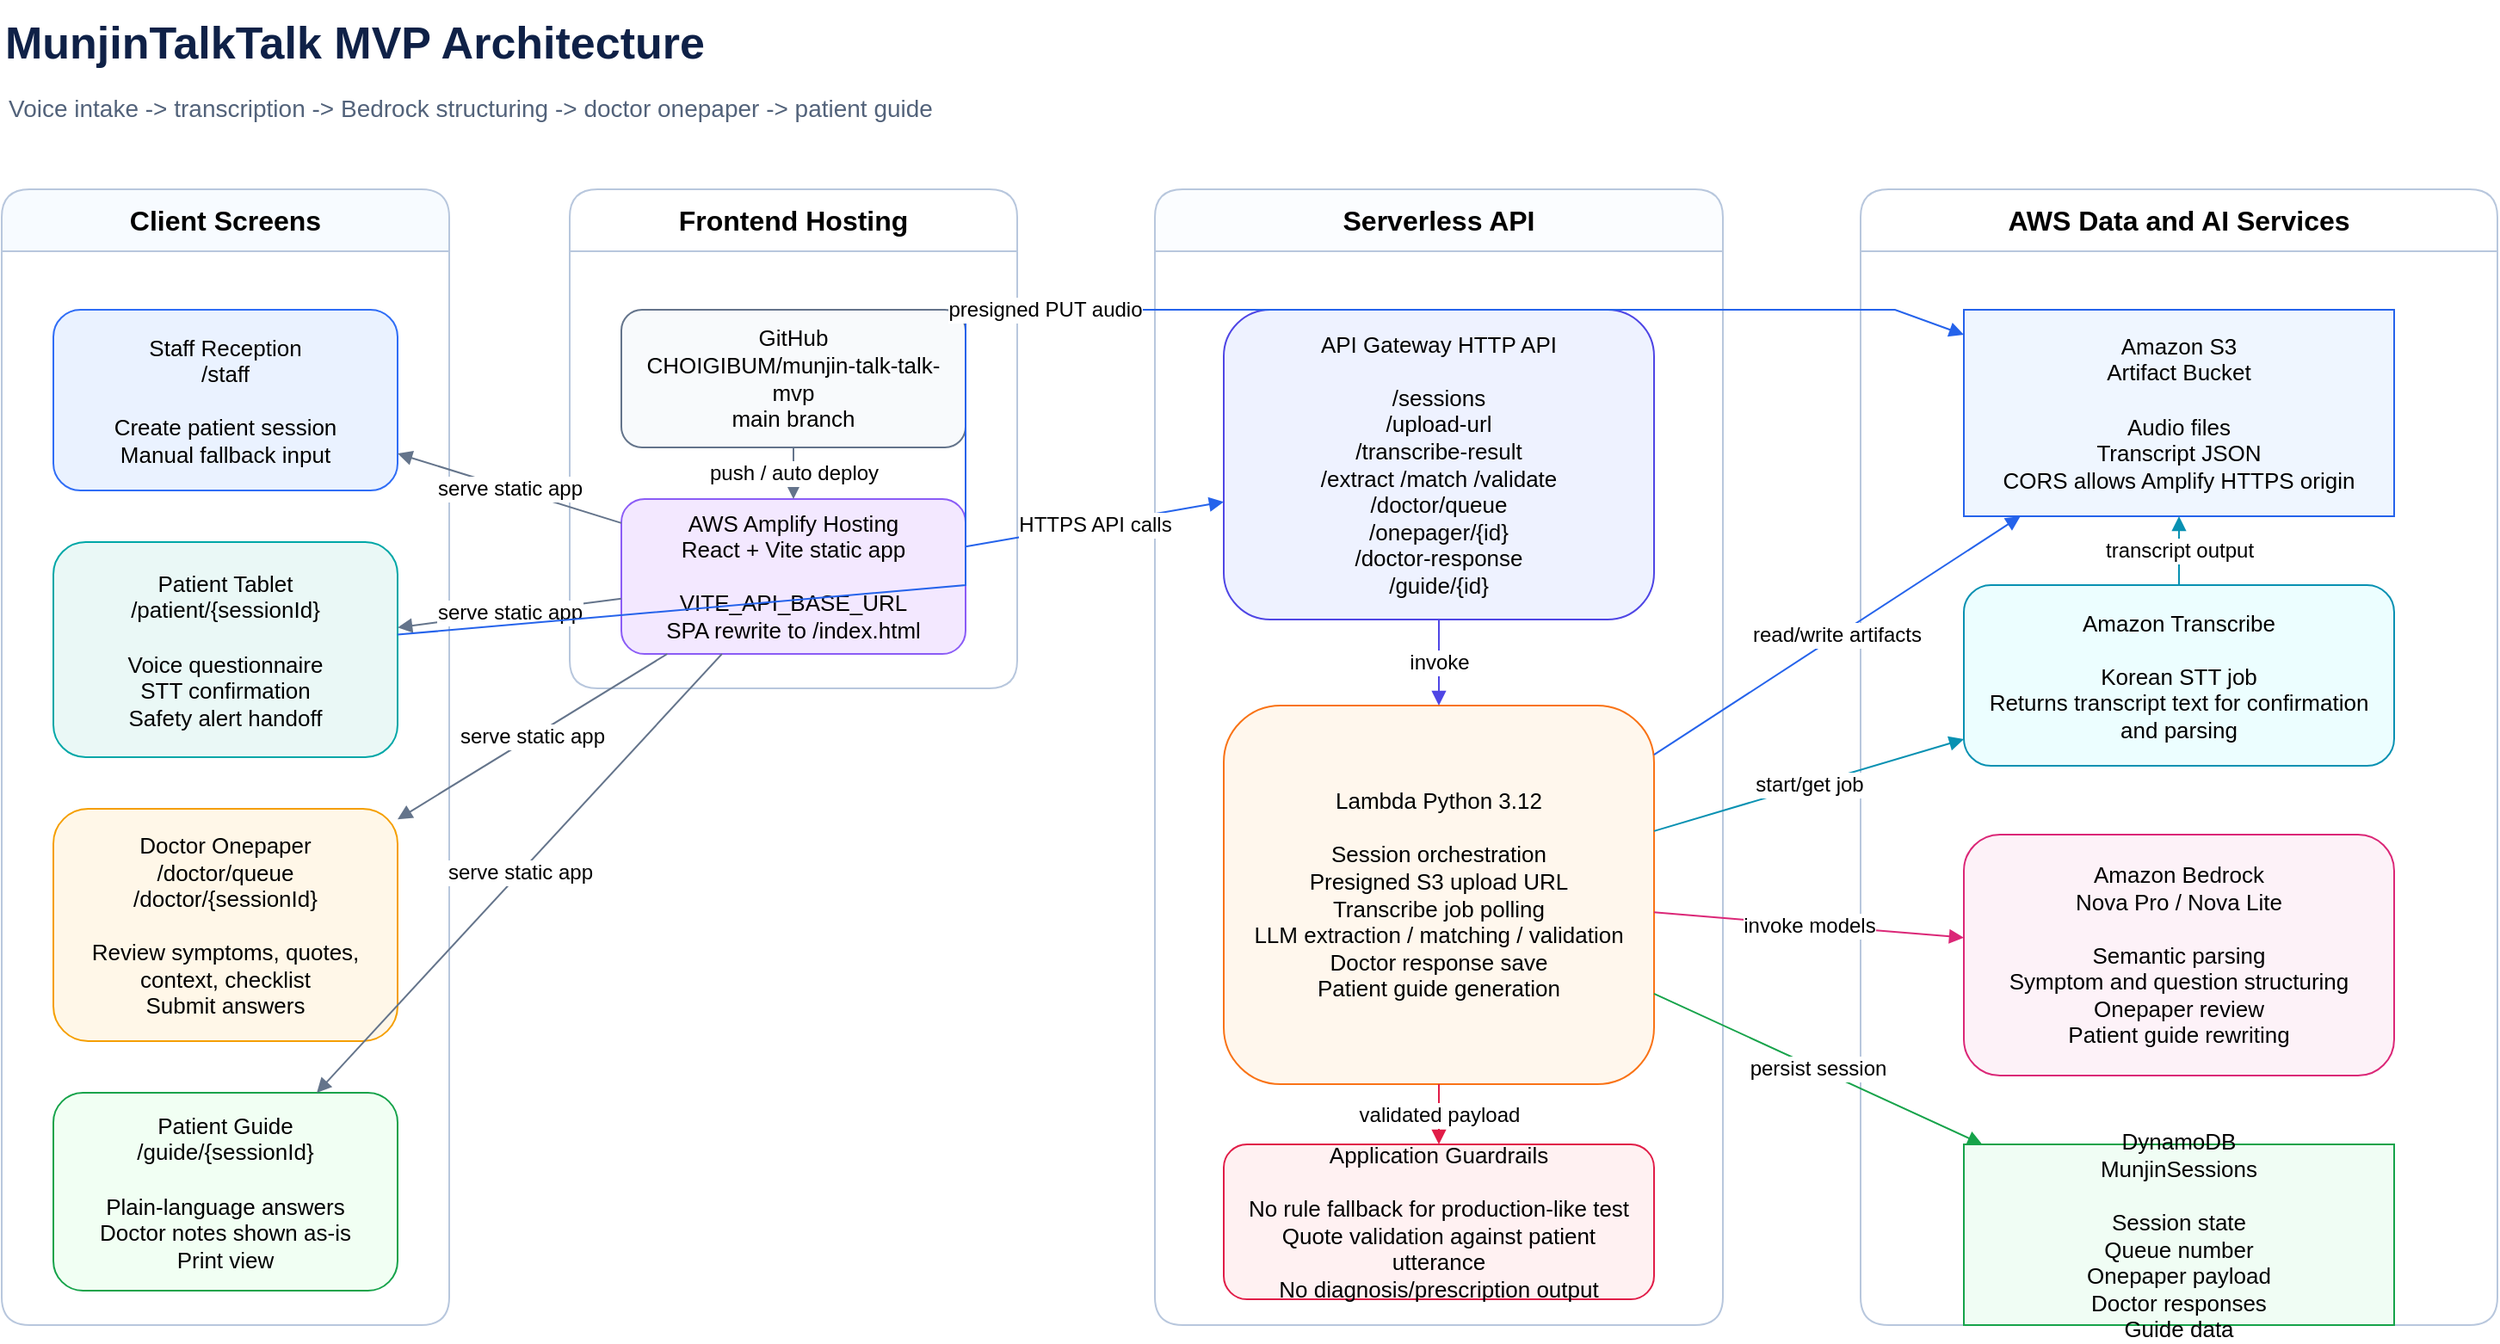
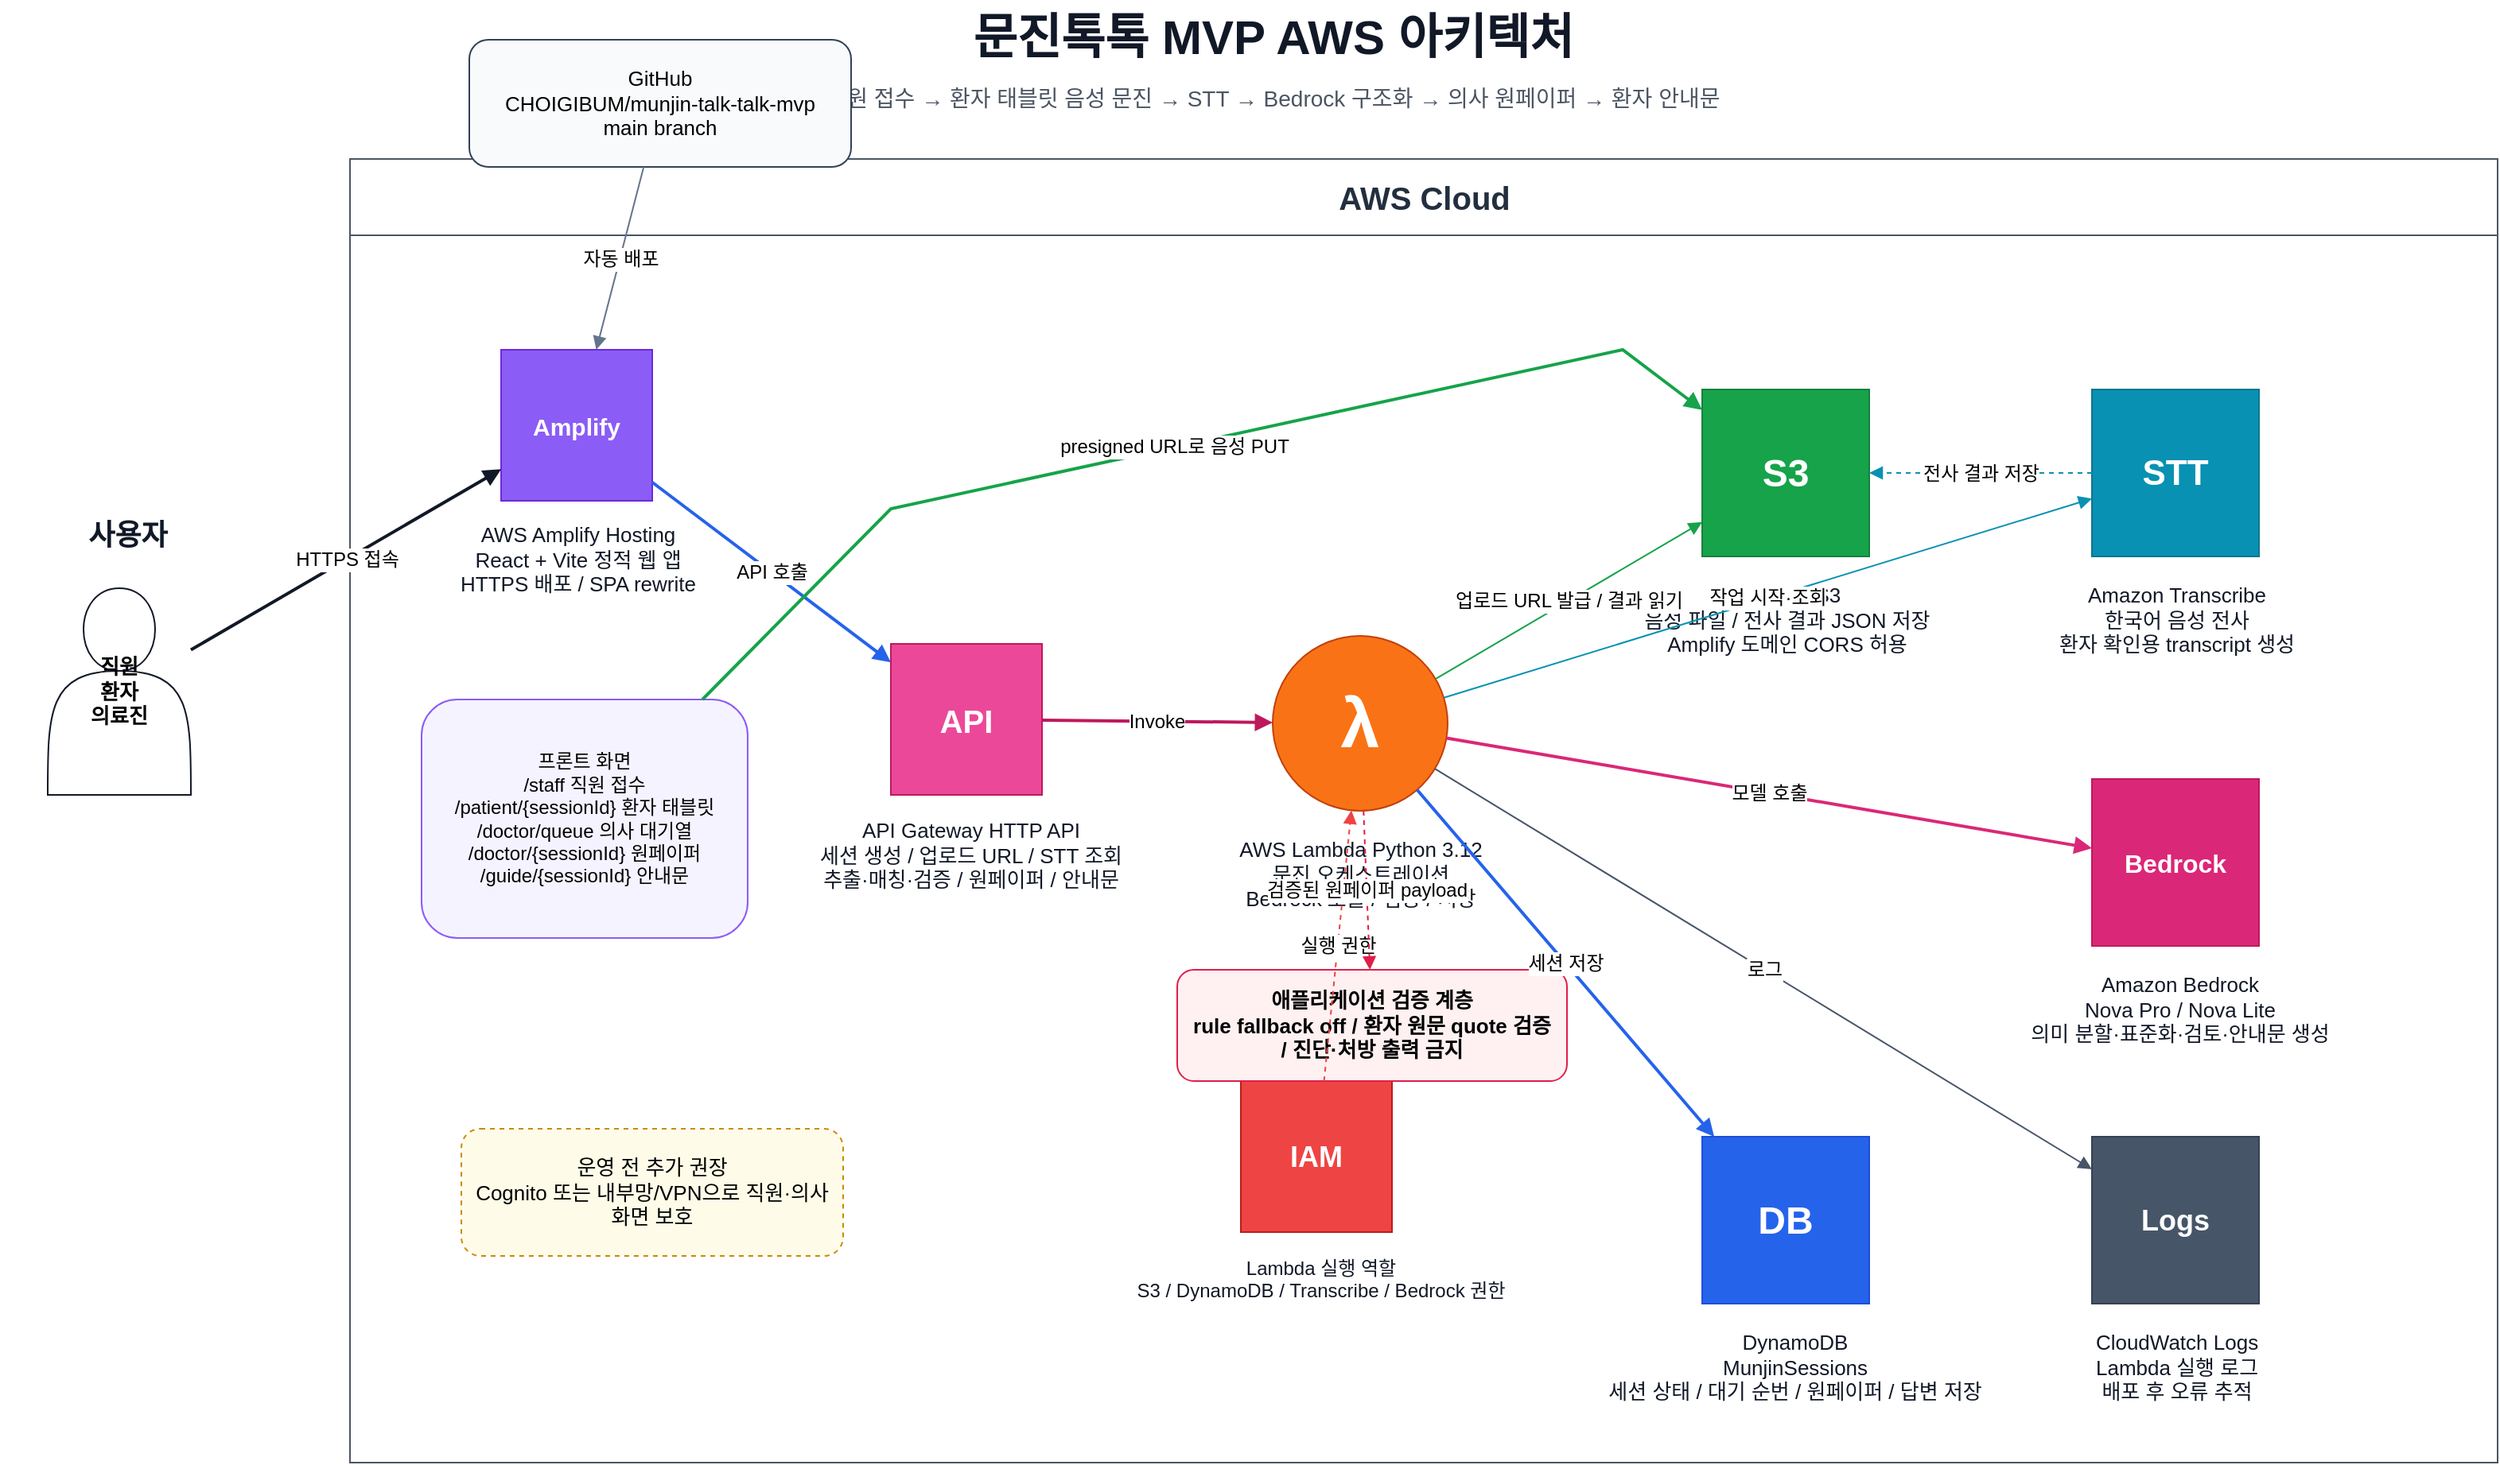
- <mxfile host="app.diagrams.net" modified="2026-05-31T03:45:00.000Z" agent="Codex" version="24.7.17" type="device">
-   <diagram id="munjin-architecture" name="MunjinTalkTalk MVP Architecture">
-     <mxGraphModel dx="1600" dy="1000" grid="1" gridSize="10" guides="1" tooltips="1" connect="1" arrows="1" fold="1" page="1" pageScale="1" pageWidth="1600" pageHeight="1000" math="0" shadow="0">
+ <mxfile host="app.diagrams.net" modified="2026-05-31T04:10:00.000Z" agent="Codex" version="24.7.17" type="device">
+   <diagram id="munjin-architecture-ko" name="문진톡톡 MVP 아키텍처">
+     <mxGraphModel dx="1700" dy="1050" grid="1" gridSize="10" guides="1" tooltips="1" connect="1" arrows="1" fold="1" page="1" pageScale="1" pageWidth="1700" pageHeight="1050" math="0" shadow="0">
      <root>
        <mxCell id="0" />
        <mxCell id="1" parent="0" />

-         <mxCell id="title" value="MunjinTalkTalk MVP Architecture" style="text;html=1;strokeColor=none;fillColor=none;fontSize=26;fontStyle=1;fontColor=#0f2147;align=left;verticalAlign=middle;" vertex="1" parent="1">
-           <mxGeometry x="60" y="30" width="720" height="50" as="geometry" />
+         <mxCell id="title" value="문진톡톡 MVP AWS 아키텍처" style="text;html=1;strokeColor=none;fillColor=none;fontSize=30;fontStyle=1;fontColor=#111827;align=center;verticalAlign=middle;" vertex="1" parent="1">
+           <mxGeometry x="470" y="30" width="760" height="45" as="geometry" />
+         </mxCell>
+         <mxCell id="subtitle" value="직원 접수 → 환자 태블릿 음성 문진 → STT → Bedrock 구조화 → 의사 원페이퍼 → 환자 안내문" style="text;html=1;strokeColor=none;fillColor=none;fontSize=14;fontColor=#4b5563;align=center;verticalAlign=middle;" vertex="1" parent="1">
+           <mxGeometry x="360" y="78" width="980" height="28" as="geometry" />
        </mxCell>

-         <mxCell id="note" value="Voice intake -> transcription -> Bedrock structuring -> doctor onepaper -> patient guide" style="text;html=1;strokeColor=none;fillColor=none;fontSize=14;fontColor=#52627a;align=left;verticalAlign=middle;" vertex="1" parent="1">
-           <mxGeometry x="62" y="78" width="900" height="30" as="geometry" />
+         <mxCell id="awsCloud" value="AWS Cloud" style="swimlane;html=1;rounded=0;strokeColor=#4b5563;fillColor=#ffffff;fontSize=20;fontStyle=1;fontColor=#232f3e;startSize=48;horizontal=1;" vertex="1" parent="1">
+           <mxGeometry x="270" y="130" width="1350" height="820" as="geometry" />
        </mxCell>

-         <mxCell id="clientGroup" value="Client Screens" style="swimlane;whiteSpace=wrap;html=1;rounded=1;strokeColor=#b8c7dd;fillColor=#f7fbff;fontSize=16;fontStyle=1;startSize=36;" vertex="1" parent="1">
-           <mxGeometry x="60" y="140" width="260" height="660" as="geometry" />
+         <mxCell id="usersTitle" value="사용자" style="text;html=1;strokeColor=none;fillColor=none;fontSize=18;fontStyle=1;fontColor=#111827;align=center;" vertex="1" parent="1">
+           <mxGeometry x="50" y="350" width="160" height="35" as="geometry" />
        </mxCell>
-         <mxCell id="staff" value="Staff Reception&#xa;/staff&#xa;&#xa;Create patient session&#xa;Manual fallback input" style="rounded=1;whiteSpace=wrap;html=1;fillColor=#eaf2ff;strokeColor=#2f6df6;fontSize=13;spacing=10;" vertex="1" parent="clientGroup">
-           <mxGeometry x="30" y="70" width="200" height="105" as="geometry" />
-         </mxCell>
-         <mxCell id="patient" value="Patient Tablet&#xa;/patient/{sessionId}&#xa;&#xa;Voice questionnaire&#xa;STT confirmation&#xa;Safety alert handoff" style="rounded=1;whiteSpace=wrap;html=1;fillColor=#eaf8f6;strokeColor=#00a7a7;fontSize=13;spacing=10;" vertex="1" parent="clientGroup">
-           <mxGeometry x="30" y="205" width="200" height="125" as="geometry" />
-         </mxCell>
-         <mxCell id="doctor" value="Doctor Onepaper&#xa;/doctor/queue&#xa;/doctor/{sessionId}&#xa;&#xa;Review symptoms, quotes, context, checklist&#xa;Submit answers" style="rounded=1;whiteSpace=wrap;html=1;fillColor=#fff7e8;strokeColor=#f59f00;fontSize=13;spacing=10;" vertex="1" parent="clientGroup">
-           <mxGeometry x="30" y="360" width="200" height="135" as="geometry" />
-         </mxCell>
-         <mxCell id="guide" value="Patient Guide&#xa;/guide/{sessionId}&#xa;&#xa;Plain-language answers&#xa;Doctor notes shown as-is&#xa;Print view" style="rounded=1;whiteSpace=wrap;html=1;fillColor=#f1fff3;strokeColor=#16a34a;fontSize=13;spacing=10;" vertex="1" parent="clientGroup">
-           <mxGeometry x="30" y="525" width="200" height="115" as="geometry" />
+         <mxCell id="usersIcon" value="직원&#xa;환자&#xa;의료진" style="shape=actor;whiteSpace=wrap;html=1;fillColor=#ffffff;strokeColor=#111827;fontSize=13;fontStyle=1;" vertex="1" parent="1">
+           <mxGeometry x="80" y="400" width="90" height="130" as="geometry" />
        </mxCell>

-         <mxCell id="frontendGroup" value="Frontend Hosting" style="swimlane;whiteSpace=wrap;html=1;rounded=1;strokeColor=#b8c7dd;fillColor=#ffffff;fontSize=16;fontStyle=1;startSize=36;" vertex="1" parent="1">
-           <mxGeometry x="390" y="140" width="260" height="290" as="geometry" />
-         </mxCell>
-         <mxCell id="github" value="GitHub&#xa;CHOIGIBUM/munjin-talk-talk-mvp&#xa;main branch" style="rounded=1;whiteSpace=wrap;html=1;fillColor=#f8fafc;strokeColor=#64748b;fontSize=13;spacing=10;" vertex="1" parent="frontendGroup">
-           <mxGeometry x="30" y="70" width="200" height="80" as="geometry" />
-         </mxCell>
-         <mxCell id="amplify" value="AWS Amplify Hosting&#xa;React + Vite static app&#xa;&#xa;VITE_API_BASE_URL&#xa;SPA rewrite to /index.html" style="rounded=1;whiteSpace=wrap;html=1;fillColor=#f3e8ff;strokeColor=#8b5cf6;fontSize=13;spacing=10;" vertex="1" parent="frontendGroup">
-           <mxGeometry x="30" y="180" width="200" height="90" as="geometry" />
+         <mxCell id="github" value="GitHub&#xa;CHOIGIBUM/munjin-talk-talk-mvp&#xa;main branch" style="rounded=1;whiteSpace=wrap;html=1;fillColor=#f8fafc;strokeColor=#334155;fontSize=13;spacing=8;" vertex="1" parent="1">
+           <mxGeometry x="345" y="55" width="240" height="80" as="geometry" />
        </mxCell>

-         <mxCell id="apiGroup" value="Serverless API" style="swimlane;whiteSpace=wrap;html=1;rounded=1;strokeColor=#b8c7dd;fillColor=#fbfdff;fontSize=16;fontStyle=1;startSize=36;" vertex="1" parent="1">
-           <mxGeometry x="730" y="140" width="330" height="660" as="geometry" />
+         <mxCell id="amplifyIcon" value="Amplify" style="rounded=0;whiteSpace=wrap;html=1;fillColor=#8b5cf6;strokeColor=#6d28d9;fontColor=#ffffff;fontSize=15;fontStyle=1;align=center;verticalAlign=middle;" vertex="1" parent="awsCloud">
+           <mxGeometry x="95" y="120" width="95" height="95" as="geometry" />
        </mxCell>
-         <mxCell id="apiGateway" value="API Gateway HTTP API&#xa;&#xa;/sessions&#xa;/upload-url&#xa;/transcribe-result&#xa;/extract /match /validate&#xa;/doctor/queue&#xa;/onepager/{id}&#xa;/doctor-response&#xa;/guide/{id}" style="rounded=1;whiteSpace=wrap;html=1;fillColor=#eef2ff;strokeColor=#4f46e5;fontSize=13;spacing=10;" vertex="1" parent="apiGroup">
-           <mxGeometry x="40" y="70" width="250" height="180" as="geometry" />
-         </mxCell>
-         <mxCell id="lambda" value="Lambda Python 3.12&#xa;&#xa;Session orchestration&#xa;Presigned S3 upload URL&#xa;Transcribe job polling&#xa;LLM extraction / matching / validation&#xa;Doctor response save&#xa;Patient guide generation" style="rounded=1;whiteSpace=wrap;html=1;fillColor=#fff7ed;strokeColor=#f97316;fontSize=13;spacing=10;" vertex="1" parent="apiGroup">
-           <mxGeometry x="40" y="300" width="250" height="220" as="geometry" />
-         </mxCell>
-         <mxCell id="guardrails" value="Application Guardrails&#xa;&#xa;No rule fallback for production-like test&#xa;Quote validation against patient utterance&#xa;No diagnosis/prescription output" style="rounded=1;whiteSpace=wrap;html=1;fillColor=#fff1f2;strokeColor=#e11d48;fontSize=13;spacing=10;" vertex="1" parent="apiGroup">
-           <mxGeometry x="40" y="555" width="250" height="90" as="geometry" />
+         <mxCell id="amplifyLabel" value="AWS Amplify Hosting&#xa;React + Vite 정적 웹 앱&#xa;HTTPS 배포 / SPA rewrite" style="text;html=1;strokeColor=none;fillColor=none;fontSize=13;fontColor=#111827;align=center;" vertex="1" parent="awsCloud">
+           <mxGeometry x="55" y="222" width="175" height="70" as="geometry" />
        </mxCell>

-         <mxCell id="awsGroup" value="AWS Data and AI Services" style="swimlane;whiteSpace=wrap;html=1;rounded=1;strokeColor=#b8c7dd;fillColor=#ffffff;fontSize=16;fontStyle=1;startSize=36;" vertex="1" parent="1">
-           <mxGeometry x="1140" y="140" width="370" height="660" as="geometry" />
-         </mxCell>
-         <mxCell id="s3" value="Amazon S3&#xa;Artifact Bucket&#xa;&#xa;Audio files&#xa;Transcript JSON&#xa;CORS allows Amplify HTTPS origin" style="shape=cylinder3d;whiteSpace=wrap;html=1;boundedLbl=1;backgroundOutline=1;size=15;fillColor=#eff6ff;strokeColor=#2563eb;fontSize=13;spacing=10;" vertex="1" parent="awsGroup">
-           <mxGeometry x="60" y="70" width="250" height="120" as="geometry" />
-         </mxCell>
-         <mxCell id="transcribe" value="Amazon Transcribe&#xa;&#xa;Korean STT job&#xa;Returns transcript text for confirmation and parsing" style="rounded=1;whiteSpace=wrap;html=1;fillColor=#ecfeff;strokeColor=#0891b2;fontSize=13;spacing=10;" vertex="1" parent="awsGroup">
-           <mxGeometry x="60" y="230" width="250" height="105" as="geometry" />
-         </mxCell>
-         <mxCell id="bedrock" value="Amazon Bedrock&#xa;Nova Pro / Nova Lite&#xa;&#xa;Semantic parsing&#xa;Symptom and question structuring&#xa;Onepaper review&#xa;Patient guide rewriting" style="rounded=1;whiteSpace=wrap;html=1;fillColor=#fdf2f8;strokeColor=#db2777;fontSize=13;spacing=10;" vertex="1" parent="awsGroup">
-           <mxGeometry x="60" y="375" width="250" height="140" as="geometry" />
-         </mxCell>
-         <mxCell id="ddb" value="DynamoDB&#xa;MunjinSessions&#xa;&#xa;Session state&#xa;Queue number&#xa;Onepaper payload&#xa;Doctor responses&#xa;Guide data" style="shape=cylinder3d;whiteSpace=wrap;html=1;boundedLbl=1;backgroundOutline=1;size=15;fillColor=#f0fdf4;strokeColor=#16a34a;fontSize=13;spacing=10;" vertex="1" parent="awsGroup">
-           <mxGeometry x="60" y="555" width="250" height="105" as="geometry" />
+         <mxCell id="routes" value="프론트 화면&#xa;/staff 직원 접수&#xa;/patient/{sessionId} 환자 태블릿&#xa;/doctor/queue 의사 대기열&#xa;/doctor/{sessionId} 원페이퍼&#xa;/guide/{sessionId} 안내문" style="rounded=1;whiteSpace=wrap;html=1;fillColor=#f5f3ff;strokeColor=#8b5cf6;fontSize=12;spacing=8;" vertex="1" parent="awsCloud">
+           <mxGeometry x="45" y="340" width="205" height="150" as="geometry" />
        </mxCell>

-         <mxCell id="e1" value="push / auto deploy" style="endArrow=block;html=1;rounded=0;strokeColor=#64748b;fontSize=12;" edge="1" parent="1" source="github" target="amplify">
+         <mxCell id="apiIcon" value="API" style="rounded=0;whiteSpace=wrap;html=1;fillColor=#ec4899;strokeColor=#be185d;fontColor=#ffffff;fontSize=20;fontStyle=1;align=center;verticalAlign=middle;" vertex="1" parent="awsCloud">
+           <mxGeometry x="340" y="305" width="95" height="95" as="geometry" />
+         </mxCell>
+         <mxCell id="apiLabel" value="API Gateway HTTP API&#xa;세션 생성 / 업로드 URL / STT 조회&#xa;추출·매칭·검증 / 원페이퍼 / 안내문" style="text;html=1;strokeColor=none;fillColor=none;fontSize=13;fontColor=#111827;align=center;" vertex="1" parent="awsCloud">
+           <mxGeometry x="270" y="408" width="240" height="70" as="geometry" />
+         </mxCell>
+ 
+         <mxCell id="lambdaIcon" value="λ" style="ellipse;whiteSpace=wrap;html=1;fillColor=#f97316;strokeColor=#c2410c;fontColor=#ffffff;fontSize=44;fontStyle=1;align=center;verticalAlign=middle;" vertex="1" parent="awsCloud">
+           <mxGeometry x="580" y="300" width="110" height="110" as="geometry" />
+         </mxCell>
+         <mxCell id="lambdaLabel" value="AWS Lambda Python 3.12&#xa;문진 오케스트레이션&#xa;Bedrock 호출 / 검증 / 저장" style="text;html=1;strokeColor=none;fillColor=none;fontSize=13;fontColor=#111827;align=center;" vertex="1" parent="awsCloud">
+           <mxGeometry x="520" y="420" width="230" height="65" as="geometry" />
+         </mxCell>
+ 
+         <mxCell id="iamIcon" value="IAM" style="rounded=0;whiteSpace=wrap;html=1;fillColor=#ef4444;strokeColor=#b91c1c;fontColor=#ffffff;fontSize=18;fontStyle=1;align=center;verticalAlign=middle;" vertex="1" parent="awsCloud">
+           <mxGeometry x="560" y="580" width="95" height="95" as="geometry" />
+         </mxCell>
+         <mxCell id="iamLabel" value="Lambda 실행 역할&#xa;S3 / DynamoDB / Transcribe / Bedrock 권한" style="text;html=1;strokeColor=none;fillColor=none;fontSize=12;fontColor=#111827;align=center;" vertex="1" parent="awsCloud">
+           <mxGeometry x="500" y="684" width="220" height="52" as="geometry" />
+         </mxCell>
+ 
+         <mxCell id="s3Icon" value="S3" style="rounded=0;whiteSpace=wrap;html=1;fillColor=#16a34a;strokeColor=#15803d;fontColor=#ffffff;fontSize=24;fontStyle=1;align=center;verticalAlign=middle;" vertex="1" parent="awsCloud">
+           <mxGeometry x="850" y="145" width="105" height="105" as="geometry" />
+         </mxCell>
+         <mxCell id="s3Label" value="Amazon S3&#xa;음성 파일 / 전사 결과 JSON 저장&#xa;Amplify 도메인 CORS 허용" style="text;html=1;strokeColor=none;fillColor=none;fontSize=13;fontColor=#111827;align=center;" vertex="1" parent="awsCloud">
+           <mxGeometry x="785" y="260" width="235" height="65" as="geometry" />
+         </mxCell>
+ 
+         <mxCell id="transcribeIcon" value="STT" style="rounded=0;whiteSpace=wrap;html=1;fillColor=#0891b2;strokeColor=#0e7490;fontColor=#ffffff;fontSize=22;fontStyle=1;align=center;verticalAlign=middle;" vertex="1" parent="awsCloud">
+           <mxGeometry x="1095" y="145" width="105" height="105" as="geometry" />
+         </mxCell>
+         <mxCell id="transcribeLabel" value="Amazon Transcribe&#xa;한국어 음성 전사&#xa;환자 확인용 transcript 생성" style="text;html=1;strokeColor=none;fillColor=none;fontSize=13;fontColor=#111827;align=center;" vertex="1" parent="awsCloud">
+           <mxGeometry x="1040" y="260" width="215" height="65" as="geometry" />
+         </mxCell>
+ 
+         <mxCell id="bedrockIcon" value="Bedrock" style="rounded=0;whiteSpace=wrap;html=1;fillColor=#db2777;strokeColor=#be185d;fontColor=#ffffff;fontSize=16;fontStyle=1;align=center;verticalAlign=middle;" vertex="1" parent="awsCloud">
+           <mxGeometry x="1095" y="390" width="105" height="105" as="geometry" />
+         </mxCell>
+         <mxCell id="bedrockLabel" value="Amazon Bedrock&#xa;Nova Pro / Nova Lite&#xa;의미 분할·표준화·검토·안내문 생성" style="text;html=1;strokeColor=none;fillColor=none;fontSize=13;fontColor=#111827;align=center;" vertex="1" parent="awsCloud">
+           <mxGeometry x="1015" y="505" width="270" height="65" as="geometry" />
+         </mxCell>
+ 
+         <mxCell id="ddbIcon" value="DB" style="rounded=0;whiteSpace=wrap;html=1;fillColor=#2563eb;strokeColor=#1d4ed8;fontColor=#ffffff;fontSize=24;fontStyle=1;align=center;verticalAlign=middle;" vertex="1" parent="awsCloud">
+           <mxGeometry x="850" y="615" width="105" height="105" as="geometry" />
+         </mxCell>
+         <mxCell id="ddbLabel" value="DynamoDB&#xa;MunjinSessions&#xa;세션 상태 / 대기 순번 / 원페이퍼 / 답변 저장" style="text;html=1;strokeColor=none;fillColor=none;fontSize=13;fontColor=#111827;align=center;" vertex="1" parent="awsCloud">
+           <mxGeometry x="785" y="730" width="245" height="65" as="geometry" />
+         </mxCell>
+ 
+         <mxCell id="cloudwatchIcon" value="Logs" style="rounded=0;whiteSpace=wrap;html=1;fillColor=#475569;strokeColor=#334155;fontColor=#ffffff;fontSize=18;fontStyle=1;align=center;verticalAlign=middle;" vertex="1" parent="awsCloud">
+           <mxGeometry x="1095" y="615" width="105" height="105" as="geometry" />
+         </mxCell>
+         <mxCell id="cloudwatchLabel" value="CloudWatch Logs&#xa;Lambda 실행 로그&#xa;배포 후 오류 추적" style="text;html=1;strokeColor=none;fillColor=none;fontSize=13;fontColor=#111827;align=center;" vertex="1" parent="awsCloud">
+           <mxGeometry x="1035" y="730" width="225" height="65" as="geometry" />
+         </mxCell>
+ 
+         <mxCell id="guardrail" value="애플리케이션 검증 계층&#xa;rule fallback off / 환자 원문 quote 검증 / 진단·처방 출력 금지" style="rounded=1;whiteSpace=wrap;html=1;fillColor=#fff1f2;strokeColor=#e11d48;fontSize=13;fontStyle=1;spacing=8;" vertex="1" parent="awsCloud">
+           <mxGeometry x="520" y="510" width="245" height="70" as="geometry" />
+         </mxCell>
+ 
+         <mxCell id="futureSecurity" value="운영 전 추가 권장&#xa;Cognito 또는 내부망/VPN으로 직원·의사 화면 보호" style="rounded=1;whiteSpace=wrap;html=1;dashed=1;fillColor=#fefce8;strokeColor=#ca8a04;fontSize=13;spacing=8;" vertex="1" parent="awsCloud">
+           <mxGeometry x="70" y="610" width="240" height="80" as="geometry" />
+         </mxCell>
+ 
+         <mxCell id="eGitAmplify" value="자동 배포" style="endArrow=block;html=1;rounded=0;strokeColor=#64748b;fontSize=12;" edge="1" parent="1" source="github" target="amplifyIcon">
          <mxGeometry relative="1" as="geometry" />
        </mxCell>
-         <mxCell id="e2" value="serve static app" style="endArrow=block;html=1;rounded=0;strokeColor=#64748b;fontSize=12;" edge="1" parent="1" source="amplify" target="patient">
+         <mxCell id="eUserAmplify" value="HTTPS 접속" style="endArrow=block;html=1;rounded=0;strokeColor=#111827;fontSize=12;strokeWidth=2;" edge="1" parent="1" source="usersIcon" target="amplifyIcon">
          <mxGeometry relative="1" as="geometry" />
        </mxCell>
-         <mxCell id="e3" value="serve static app" style="endArrow=block;html=1;rounded=0;strokeColor=#64748b;fontSize=12;" edge="1" parent="1" source="amplify" target="staff">
+         <mxCell id="eAmplifyApi" value="API 호출" style="endArrow=block;html=1;rounded=0;strokeColor=#2563eb;fontSize=12;strokeWidth=2;" edge="1" parent="1" source="amplifyIcon" target="apiIcon">
          <mxGeometry relative="1" as="geometry" />
        </mxCell>
-         <mxCell id="e4" value="serve static app" style="endArrow=block;html=1;rounded=0;strokeColor=#64748b;fontSize=12;" edge="1" parent="1" source="amplify" target="doctor">
+         <mxCell id="eApiLambda" value="Invoke" style="endArrow=block;html=1;rounded=0;strokeColor=#be185d;fontSize=12;strokeWidth=2;" edge="1" parent="1" source="apiIcon" target="lambdaIcon">
          <mxGeometry relative="1" as="geometry" />
        </mxCell>
-         <mxCell id="e5" value="serve static app" style="endArrow=block;html=1;rounded=0;strokeColor=#64748b;fontSize=12;" edge="1" parent="1" source="amplify" target="guide">
-           <mxGeometry relative="1" as="geometry" />
-         </mxCell>
-         <mxCell id="e6" value="HTTPS API calls" style="endArrow=block;html=1;rounded=0;strokeColor=#2563eb;fontSize=12;" edge="1" parent="1" source="amplify" target="apiGateway">
-           <mxGeometry relative="1" as="geometry" />
-         </mxCell>
-         <mxCell id="e7" value="invoke" style="endArrow=block;html=1;rounded=0;strokeColor=#4f46e5;fontSize=12;" edge="1" parent="1" source="apiGateway" target="lambda">
-           <mxGeometry relative="1" as="geometry" />
-         </mxCell>
-         <mxCell id="e8" value="presigned PUT audio" style="endArrow=block;html=1;rounded=0;strokeColor=#2563eb;fontSize=12;" edge="1" parent="1" source="patient" target="s3">
+         <mxCell id="ePatientS3" value="presigned URL로 음성 PUT" style="endArrow=block;html=1;rounded=0;strokeColor=#16a34a;fontSize=12;strokeWidth=2;" edge="1" parent="1" source="routes" target="s3Icon">
          <mxGeometry relative="1" as="geometry">
            <Array as="points">
-               <mxPoint x="620" y="370" />
-               <mxPoint x="620" y="210" />
-               <mxPoint x="1160" y="210" />
+               <mxPoint x="610" y="350" />
+               <mxPoint x="1070" y="250" />
            </Array>
          </mxGeometry>
        </mxCell>
-         <mxCell id="e9" value="start/get job" style="endArrow=block;html=1;rounded=0;strokeColor=#0891b2;fontSize=12;" edge="1" parent="1" source="lambda" target="transcribe">
+         <mxCell id="eLambdaS3" value="업로드 URL 발급 / 결과 읽기" style="endArrow=block;html=1;rounded=0;strokeColor=#16a34a;fontSize=12;" edge="1" parent="1" source="lambdaIcon" target="s3Icon">
          <mxGeometry relative="1" as="geometry" />
        </mxCell>
-         <mxCell id="e10" value="read/write artifacts" style="endArrow=block;html=1;rounded=0;strokeColor=#2563eb;fontSize=12;" edge="1" parent="1" source="lambda" target="s3">
+         <mxCell id="eLambdaTranscribe" value="작업 시작·조회" style="endArrow=block;html=1;rounded=0;strokeColor=#0891b2;fontSize=12;" edge="1" parent="1" source="lambdaIcon" target="transcribeIcon">
          <mxGeometry relative="1" as="geometry" />
        </mxCell>
-         <mxCell id="e11" value="transcript output" style="endArrow=block;html=1;rounded=0;strokeColor=#0891b2;fontSize=12;" edge="1" parent="1" source="transcribe" target="s3">
+         <mxCell id="eTranscribeS3" value="전사 결과 저장" style="endArrow=block;html=1;rounded=0;strokeColor=#0891b2;fontSize=12;dashed=1;" edge="1" parent="1" source="transcribeIcon" target="s3Icon">
          <mxGeometry relative="1" as="geometry" />
        </mxCell>
-         <mxCell id="e12" value="invoke models" style="endArrow=block;html=1;rounded=0;strokeColor=#db2777;fontSize=12;" edge="1" parent="1" source="lambda" target="bedrock">
+         <mxCell id="eLambdaBedrock" value="모델 호출" style="endArrow=block;html=1;rounded=0;strokeColor=#db2777;fontSize=12;strokeWidth=2;" edge="1" parent="1" source="lambdaIcon" target="bedrockIcon">
          <mxGeometry relative="1" as="geometry" />
        </mxCell>
-         <mxCell id="e13" value="persist session" style="endArrow=block;html=1;rounded=0;strokeColor=#16a34a;fontSize=12;" edge="1" parent="1" source="lambda" target="ddb">
+         <mxCell id="eLambdaDdb" value="세션 저장" style="endArrow=block;html=1;rounded=0;strokeColor=#2563eb;fontSize=12;strokeWidth=2;" edge="1" parent="1" source="lambdaIcon" target="ddbIcon">
          <mxGeometry relative="1" as="geometry" />
        </mxCell>
-         <mxCell id="e14" value="validated payload" style="endArrow=block;html=1;rounded=0;strokeColor=#e11d48;fontSize=12;" edge="1" parent="1" source="lambda" target="guardrails">
+         <mxCell id="eLambdaLogs" value="로그" style="endArrow=block;html=1;rounded=0;strokeColor=#475569;fontSize=12;" edge="1" parent="1" source="lambdaIcon" target="cloudwatchIcon">
+           <mxGeometry relative="1" as="geometry" />
+         </mxCell>
+         <mxCell id="eIamLambda" value="실행 권한" style="endArrow=block;html=1;rounded=0;strokeColor=#ef4444;fontSize=12;dashed=1;" edge="1" parent="1" source="iamIcon" target="lambdaIcon">
+           <mxGeometry relative="1" as="geometry" />
+         </mxCell>
+         <mxCell id="eGuardLambda" value="검증된 원페이퍼 payload" style="endArrow=block;html=1;rounded=0;strokeColor=#e11d48;fontSize=12;dashed=1;" edge="1" parent="1" source="lambdaIcon" target="guardrail">
          <mxGeometry relative="1" as="geometry" />
        </mxCell>
      </root>
    </mxGraphModel>
  </diagram>
</mxfile>
